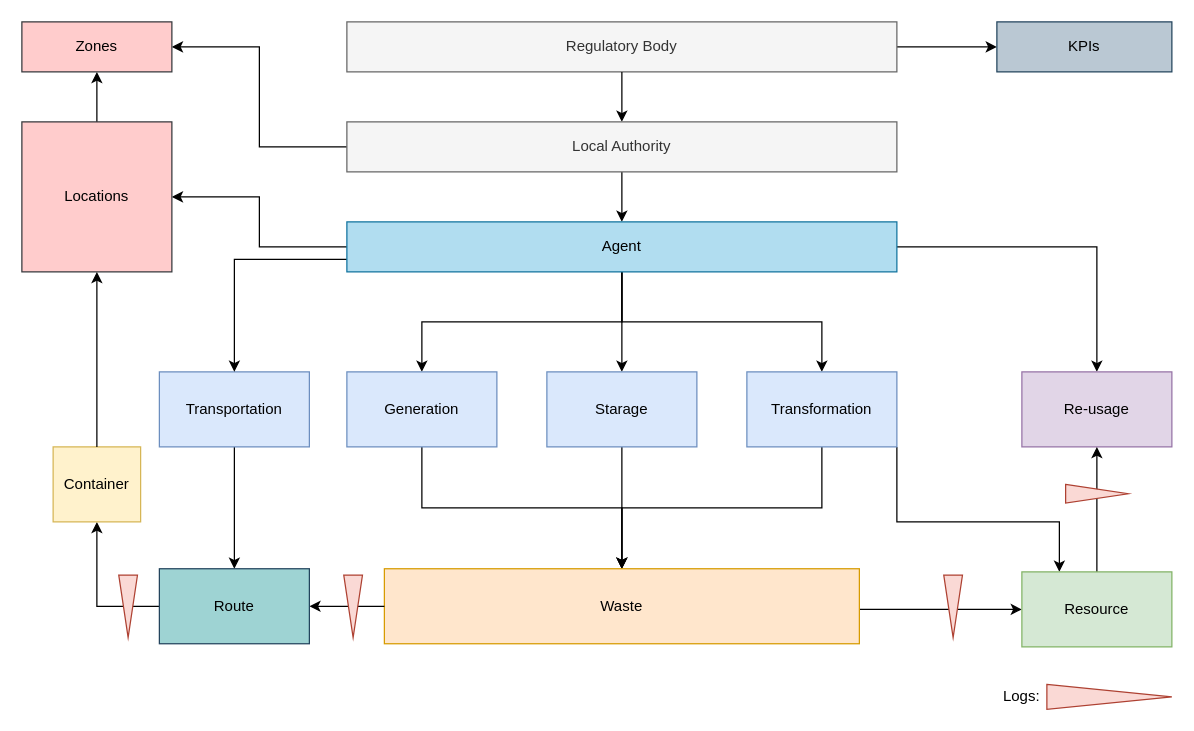
This is TopLevelModel/General.drawio from Urban-JonathanCohen/GeneralWasteDataModel, a draw.io file, before an edit. Source tidied: cells renumbered, new cells numbered last; positions are measured from the earlier drawing's top-left corner, leaving out a move shared by most shapes. Both pictures are drawn from the tidied source at 125%, with x=0, y=0 at pixel (21, 21).
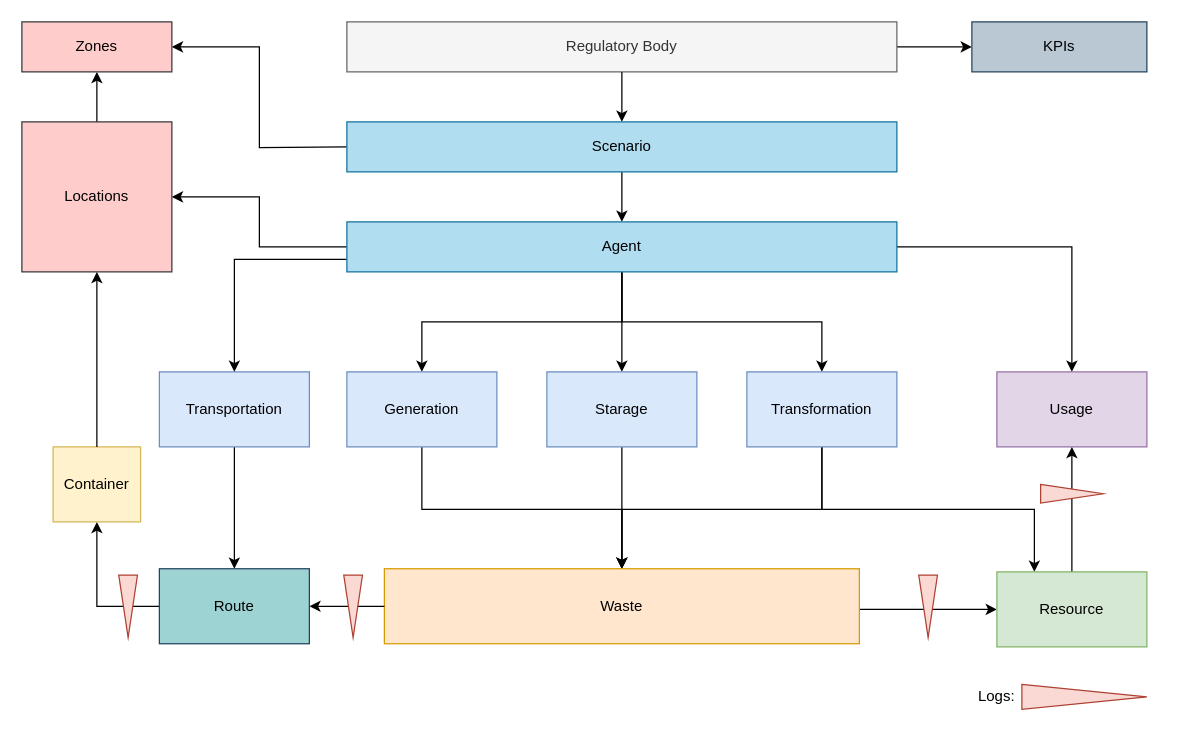
After the change.

Unchanged cells that the change refers to:
```xml
<mxCell id="3" value="Regulatory Body" style="rounded=0;whiteSpace=wrap;html=1;fillColor=#f5f5f5;strokeColor=#666666;fontColor=#333333;" parent="1" vertex="1">
  <mxGeometry x="260" width="440" height="40" as="geometry" />
</mxCell>
<mxCell id="17" value="Transformation" style="rounded=0;whiteSpace=wrap;html=1;fillColor=#dae8fc;strokeColor=#6c8ebf;" parent="1" vertex="1">
  <mxGeometry x="580" y="280" width="120" height="60" as="geometry" />
</mxCell>
<mxCell id="21" value="Generation" style="rounded=0;whiteSpace=wrap;html=1;fillColor=#dae8fc;strokeColor=#6c8ebf;" parent="1" vertex="1">
  <mxGeometry x="260" y="280" width="120" height="60" as="geometry" />
</mxCell>
<mxCell id="25" value="Waste" style="rounded=0;whiteSpace=wrap;html=1;fillColor=#ffe6cc;strokeColor=#d79b00;" parent="1" vertex="1">
  <mxGeometry x="290" y="437.5" width="380" height="60" as="geometry" />
</mxCell>
<mxCell id="32" value="Agent" style="rounded=0;whiteSpace=wrap;html=1;fillColor=#b1ddf0;strokeColor=#10739e;" parent="1" vertex="1">
  <mxGeometry x="260" y="160" width="440" height="40" as="geometry" />
</mxCell>
<mxCell id="43" value="Zones" style="rounded=0;whiteSpace=wrap;html=1;fillColor=#ffcccc;strokeColor=#36393d;" parent="1" vertex="1">
  <mxGeometry width="120" height="40" as="geometry" />
</mxCell>
```

Change to the diagram source:
```diff
@@
     <mxCell id="4" value="KPIs" style="rounded=0;whiteSpace=wrap;html=1;fillColor=#bac8d3;strokeColor=#23445d;" parent="1" vertex="1">
-      <mxGeometry x="780" width="140" height="40" as="geometry" />
+      <mxGeometry x="760" width="140" height="40" as="geometry" />
     </mxCell>
@@
-    <mxCell id="7" style="edgeStyle=orthogonalEdgeStyle;rounded=0;jettySize=auto;html=1;" parent="1" edge="1" source="3" target="14">
+    <mxCell id="7" style="edgeStyle=orthogonalEdgeStyle;rounded=0;jettySize=auto;html=1;entryX=0.5;entryY=0;entryDx=0;entryDy=0;" parent="1" edge="1" source="3" target="44">
       <mxGeometry relative="1" as="geometry" />
     </mxCell>
@@
-    <mxCell id="12" style="edgeStyle=orthogonalEdgeStyle;rounded=0;jettySize=auto;html=1;exitX=0.5;exitY=1;exitDx=0;exitDy=0;entryX=0.5;entryY=0;entryDx=0;entryDy=0;" parent="1" edge="1" source="14" target="32">
+    <mxCell id="12" style="edgeStyle=orthogonalEdgeStyle;rounded=0;jettySize=auto;html=1;exitX=0.5;exitY=1;exitDx=0;exitDy=0;entryX=0.5;entryY=0;entryDx=0;entryDy=0;" parent="1" edge="1" source="44" target="32">
       <mxGeometry relative="1" as="geometry" />
     </mxCell>
-    <mxCell id="13" style="edgeStyle=orthogonalEdgeStyle;rounded=0;jettySize=auto;html=1;entryX=1;entryY=0.5;entryDx=0;entryDy=0;" parent="1" edge="1" source="14" target="43">
-      <mxGeometry relative="1" as="geometry" />
+    <mxCell id="13" style="edgeStyle=orthogonalEdgeStyle;rounded=0;jettySize=auto;html=1;entryX=1;entryY=0.5;entryDx=0;entryDy=0;" parent="1" edge="1" target="43">
+      <mxGeometry relative="1" as="geometry">
+        <mxPoint x="260" y="100" as="sourcePoint" />
+      </mxGeometry>
     </mxCell>
-    <mxCell id="14" value="Local Authority" style="rounded=0;whiteSpace=wrap;html=1;fillColor=#f5f5f5;strokeColor=#666666;fontColor=#333333;" parent="1" vertex="1">
-      <mxGeometry x="260" y="80" width="440" height="40" as="geometry" />
-    </mxCell>
     <mxCell id="15" style="edgeStyle=orthogonalEdgeStyle;rounded=0;jettySize=auto;html=1;entryX=0.25;entryY=0;entryDx=0;entryDy=0;" parent="1" edge="1" source="17" target="27">
       <mxGeometry relative="1" as="geometry">
         <Array as="points">
-          <mxPoint x="700" y="400" />
-          <mxPoint x="830" y="400" />
+          <mxPoint x="640" y="390" />
+          <mxPoint x="810" y="390" />
         </Array>
       </mxGeometry>
     </mxCell>
     <mxCell id="16" style="edgeStyle=orthogonalEdgeStyle;rounded=0;jettySize=auto;html=1;entryX=0.5;entryY=0;entryDx=0;entryDy=0;" parent="1" edge="1" source="17" target="25">
-      <mxGeometry relative="1" as="geometry" />
+      <mxGeometry relative="1" as="geometry">
+        <Array as="points">
+          <mxPoint x="640" y="390" />
+          <mxPoint x="480" y="390" />
+        </Array>
+      </mxGeometry>
     </mxCell>
@@
     <mxCell id="20" style="edgeStyle=orthogonalEdgeStyle;rounded=0;jettySize=auto;html=1;entryX=0.5;entryY=0;entryDx=0;entryDy=0;" parent="1" edge="1" source="21" target="25">
-      <mxGeometry relative="1" as="geometry" />
+      <mxGeometry relative="1" as="geometry">
+        <Array as="points">
+          <mxPoint x="320" y="390" />
+          <mxPoint x="480" y="390" />
+        </Array>
+      </mxGeometry>
     </mxCell>
@@
-    <mxCell id="22" value="Re-usage" style="rounded=0;whiteSpace=wrap;html=1;fillColor=#e1d5e7;strokeColor=#9673a6;" parent="1" vertex="1">
-      <mxGeometry x="800" y="280" width="120" height="60" as="geometry" />
+    <mxCell id="22" value="Usage" style="rounded=0;whiteSpace=wrap;html=1;fillColor=#e1d5e7;strokeColor=#9673a6;" parent="1" vertex="1">
+      <mxGeometry x="780" y="280" width="120" height="60" as="geometry" />
     </mxCell>
@@
     <mxCell id="27" value="Resource" style="rounded=0;whiteSpace=wrap;html=1;fillColor=#d5e8d4;strokeColor=#82b366;" parent="1" vertex="1">
-      <mxGeometry x="800" y="440" width="120" height="60" as="geometry" />
+      <mxGeometry x="780" y="440" width="120" height="60" as="geometry" />
     </mxCell>
@@
     <mxCell id="33" style="triangle;whiteSpace=wrap;html=1;fillColor=#fad9d5;strokeColor=#ae4132;" parent="1" vertex="1">
-      <mxGeometry x="820" y="530" width="100" height="20" as="geometry" />
+      <mxGeometry x="800" y="530" width="100" height="20" as="geometry" />
     </mxCell>
     <mxCell id="34" value="Logs:" style="text;html=1;strokeColor=none;fillColor=none;align=center;verticalAlign=middle;whiteSpace=wrap;rounded=0;" parent="1" vertex="1">
-      <mxGeometry x="780" y="530" width="40" height="20" as="geometry" />
+      <mxGeometry x="760" y="530" width="40" height="20" as="geometry" />
     </mxCell>
@@
     <mxCell id="38" style="triangle;whiteSpace=wrap;html=1;fillColor=#fad9d5;strokeColor=#ae4132;rotation=90;" parent="1" vertex="1">
-      <mxGeometry x="720" y="460" width="50" height="15" as="geometry" />
+      <mxGeometry x="700" y="460" width="50" height="15" as="geometry" />
     </mxCell>
     <mxCell id="39" style="triangle;whiteSpace=wrap;html=1;fillColor=#fad9d5;strokeColor=#ae4132;rotation=0;" parent="1" vertex="1">
-      <mxGeometry x="835" y="370" width="50" height="15" as="geometry" />
+      <mxGeometry x="815" y="370" width="50" height="15" as="geometry" />
     </mxCell>
@@
+    <mxCell id="44" value="Scenario" style="rounded=0;whiteSpace=wrap;html=1;fillColor=#b1ddf0;strokeColor=#10739e;" parent="1" vertex="1">
+      <mxGeometry x="260" y="80" width="440" height="40" as="geometry" />
+    </mxCell>
```
